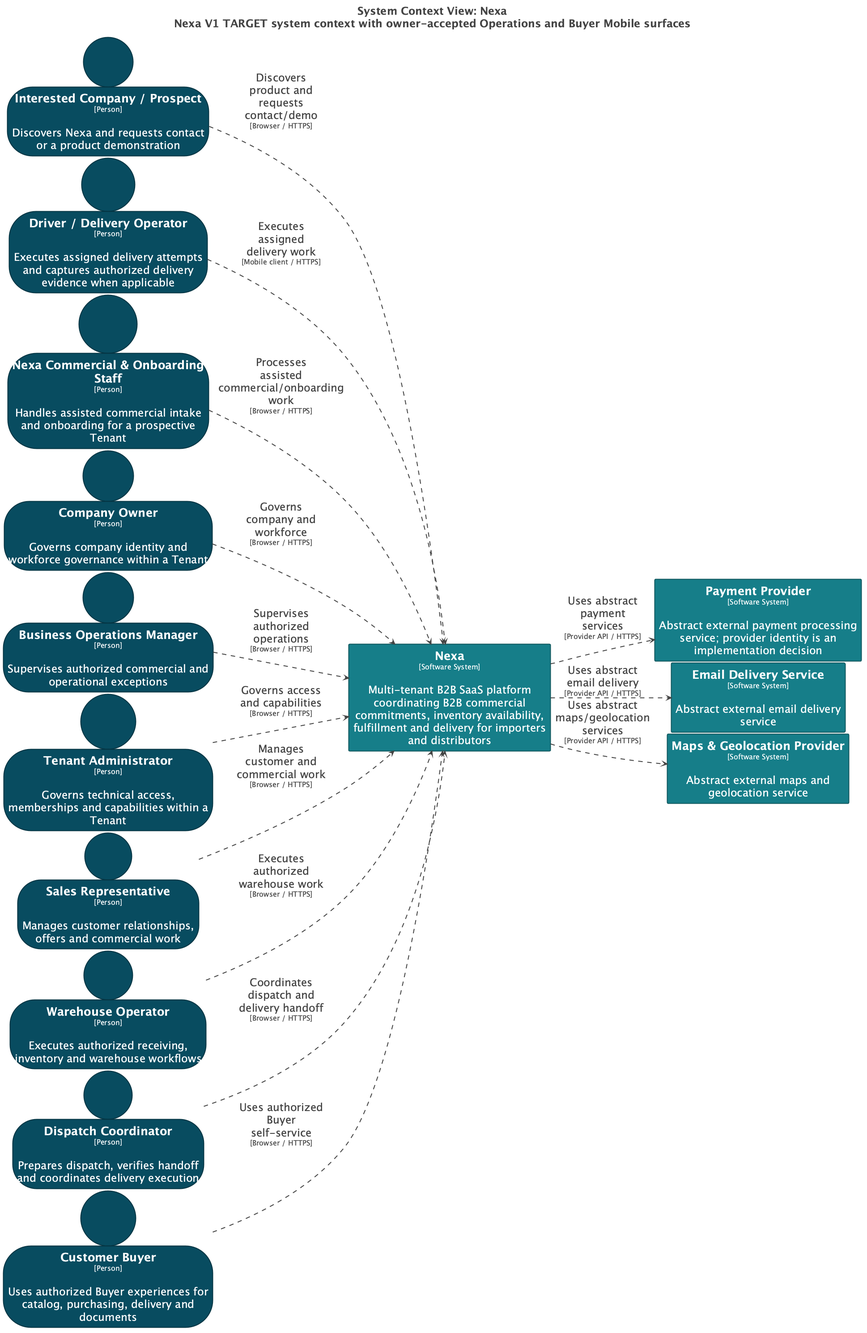
The PlantUML diagram 01-shared/architecture/c4/exports/l1/Nexa-SystemContext-V1-TARGET.png in nexa-suite/blueprint, before a commit.
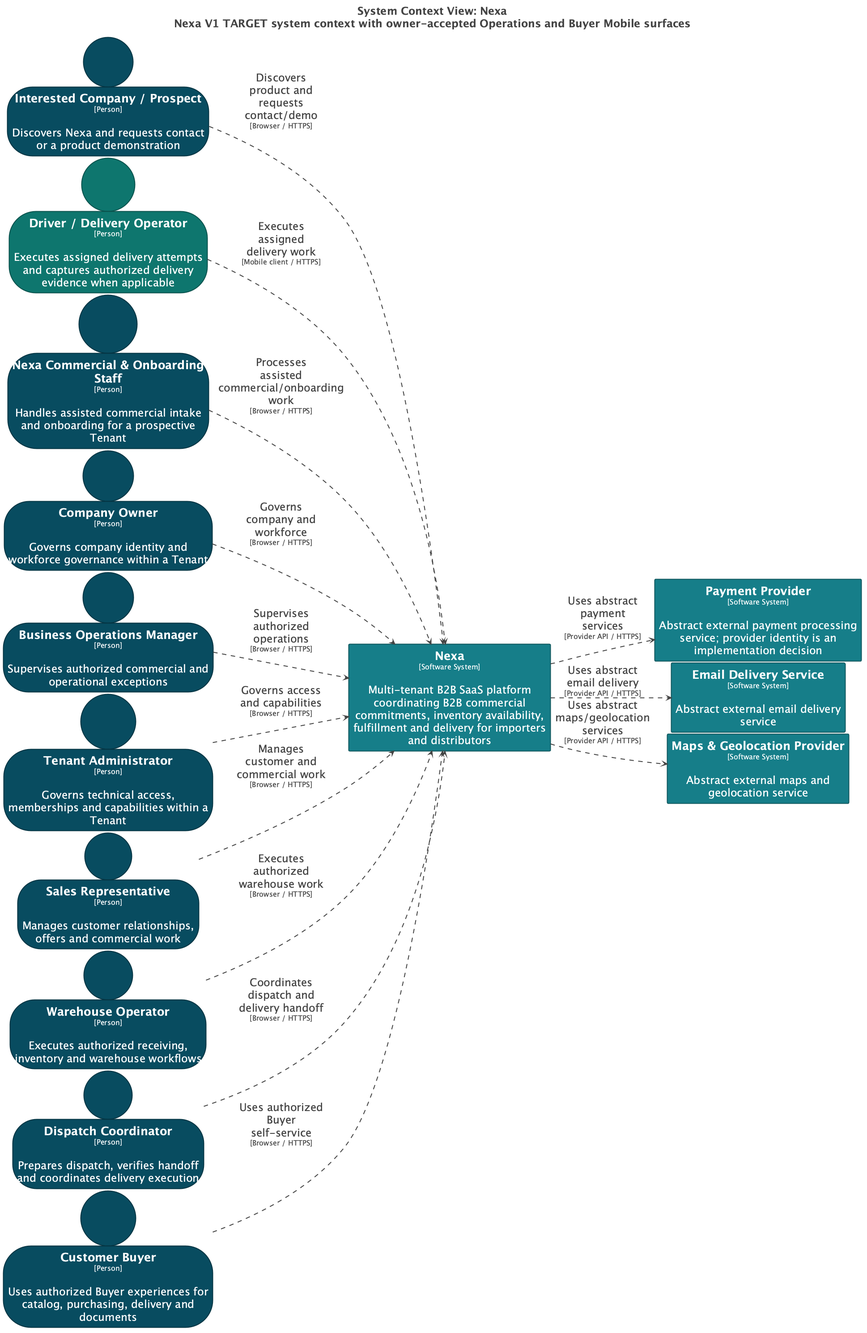
After the commit.

The edit, as a diff of the source:
```diff
@@ -16,6 +16,18 @@
   .Element-RWxlbWVudCxQZXJzb24= {
     BackgroundColor: #084c61;
     LineColor: #053543;
+    LineStyle: 0;
+    LineThickness: 2;
+    FontColor: #ffffff;
+    FontSize: 24;
+    HorizontalAlignment: center;
+    Shadowing: 0;
+    MaximumWidth: 450;
+  }
+  // Element,Person,TARGET V1
+  .Element-RWxlbWVudCxQZXJzb24sVEFSR0VUIFYx {
+    BackgroundColor: #0f766e;
+    LineColor: #0a524d;
     LineStyle: 0;
     LineThickness: 2;
     FontColor: #ffffff;
@@ -48,7 +60,7 @@
 </style>
 
 person "==Interested Company / Prospect\n<size:16>[Person]</size>\n\nDiscovers Nexa and requests contact or a product demonstration" <<Element-RWxlbWVudCxQZXJzb24=>> as InterestedCompanyProspect
-person "==Driver / Delivery Operator\n<size:16>[Person]</size>\n\nExecutes assigned delivery attempts and captures authorized delivery evidence when applicable" <<Element-RWxlbWVudCxQZXJzb24=>> as DriverDeliveryOperator
+person "==Driver / Delivery Operator\n<size:16>[Person]</size>\n\nExecutes assigned delivery attempts and captures authorized delivery evidence when applicable" <<Element-RWxlbWVudCxQZXJzb24sVEFSR0VUIFYx>> as DriverDeliveryOperator
 rectangle "==Payment Provider\n<size:16>[Software System]</size>\n\nAbstract external payment processing service; provider identity is an implementation decision" <<Element-RWxlbWVudCxTb2Z0d2FyZSBTeXN0ZW0=>> as PaymentProvider
 rectangle "==Email Delivery Service\n<size:16>[Software System]</size>\n\nAbstract external email delivery service" <<Element-RWxlbWVudCxTb2Z0d2FyZSBTeXN0ZW0=>> as EmailDeliveryService
 rectangle "==Maps & Geolocation Provider\n<size:16>[Software System]</size>\n\nAbstract external maps and geolocation service" <<Element-RWxlbWVudCxTb2Z0d2FyZSBTeXN0ZW0=>> as MapsGeolocationProvider
```
